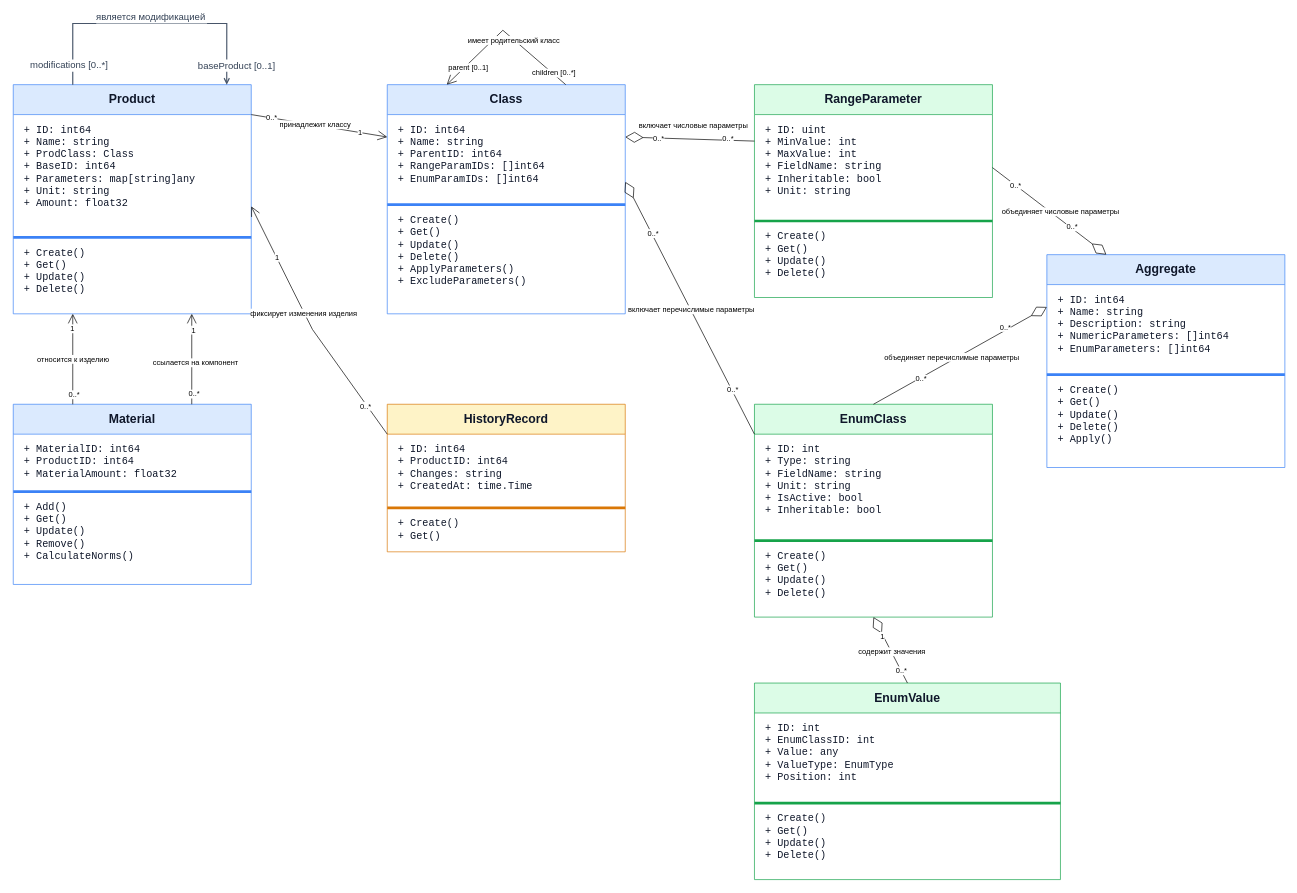
The draw.io diagram doc/class.drawio in lazarevFedor/Brewery, before the edit. Source tidied: cells renumbered, new cells numbered last; positions are measured from the earlier drawing's top-left corner, leaving out a move shared by most shapes. Both pictures are drawn from the tidied source at 68%, with x=0, y=0 at pixel (13, 23).
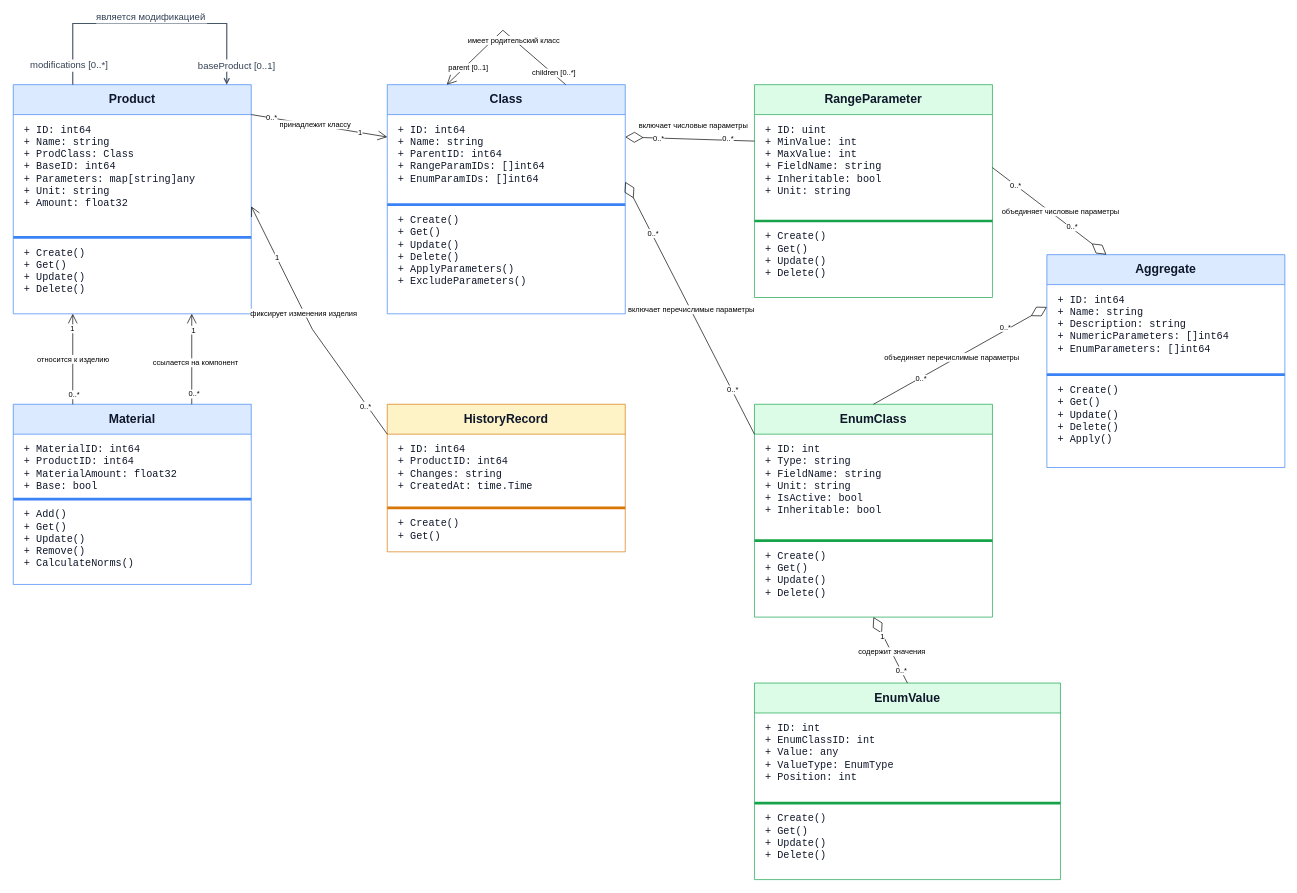
After the change.

Commit message (it also covers changes not shown here):
refactor(material): added cycle validation into material usecase

Unchanged cells that the change refers to:
```xml
<mxCell id="14" value="Material" style="swimlane;html=0;startSize=44;horizontal=1;rounded=0;fillColor=#dbeafe;swimlaneFillColor=#ffffff;strokeColor=#3b82f6;fontColor=#0f172a;fontSize=18;fontStyle=1;align=center;whiteSpace=wrap;" parent="1" vertex="1">
  <mxGeometry y="560" width="350" height="265" as="geometry" />
</mxCell>
```

The edit, as a diff of the source:
```diff
@@
-    <mxCell id="15" value="+ MaterialID: int64&#10;+ ProductID: int64&#10;+ MaterialAmount: float32" style="text;html=0;align=left;verticalAlign=top;spacingLeft=14;spacingTop=8;fontFamily=Courier New;fontSize=15;fontColor=#0f172a;whiteSpace=wrap;overflow=hidden;" parent="14" vertex="1">
-      <mxGeometry y="44" width="350" height="84" as="geometry" />
+    <mxCell id="15" value="+ MaterialID: int64&#10;+ ProductID: int64&#10;+ MaterialAmount: float32&#10;+ Base: bool" style="text;html=0;align=left;verticalAlign=top;spacingLeft=14;spacingTop=8;fontFamily=Courier New;fontSize=15;fontColor=#0f172a;whiteSpace=wrap;overflow=hidden;" parent="14" vertex="1">
+      <mxGeometry y="44" width="350" height="96" as="geometry" />
     </mxCell>
     <mxCell id="16" style="line;strokeColor=#3b82f6;" parent="14" vertex="1">
-      <mxGeometry y="128" width="350" height="1" as="geometry" />
+      <mxGeometry y="139" width="350" height="1" as="geometry" />
     </mxCell>
     <mxCell id="17" value="+ Add()&#10;+ Get()&#10;+ Update()&#10;+ Remove()&#10;+ CalculateNorms()" style="text;html=0;align=left;verticalAlign=top;spacingLeft=14;spacingTop=8;fontFamily=Courier New;fontSize=15;fontColor=#0f172a;whiteSpace=wrap;overflow=hidden;" parent="14" vertex="1">
-      <mxGeometry y="129" width="350" height="136" as="geometry" />
+      <mxGeometry y="140" width="350" height="125" as="geometry" />
     </mxCell>
```
